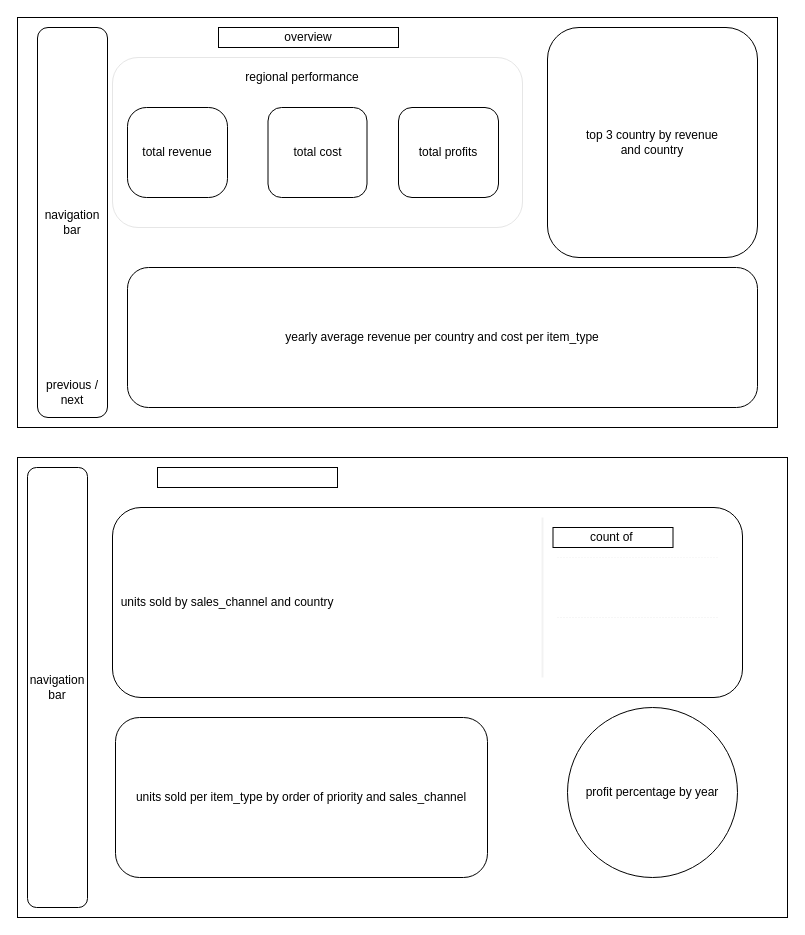
Earlier version of the draw.io diagram dashboard sketch.drawio (tmaks7/PROJECT-1). Source tidied: cells renumbered, new cells numbered last; positions are measured from the earlier drawing's top-left corner, leaving out a move shared by most shapes. Both pictures are drawn from the tidied source at 100%, with x=0, y=0 at pixel (17, 17).
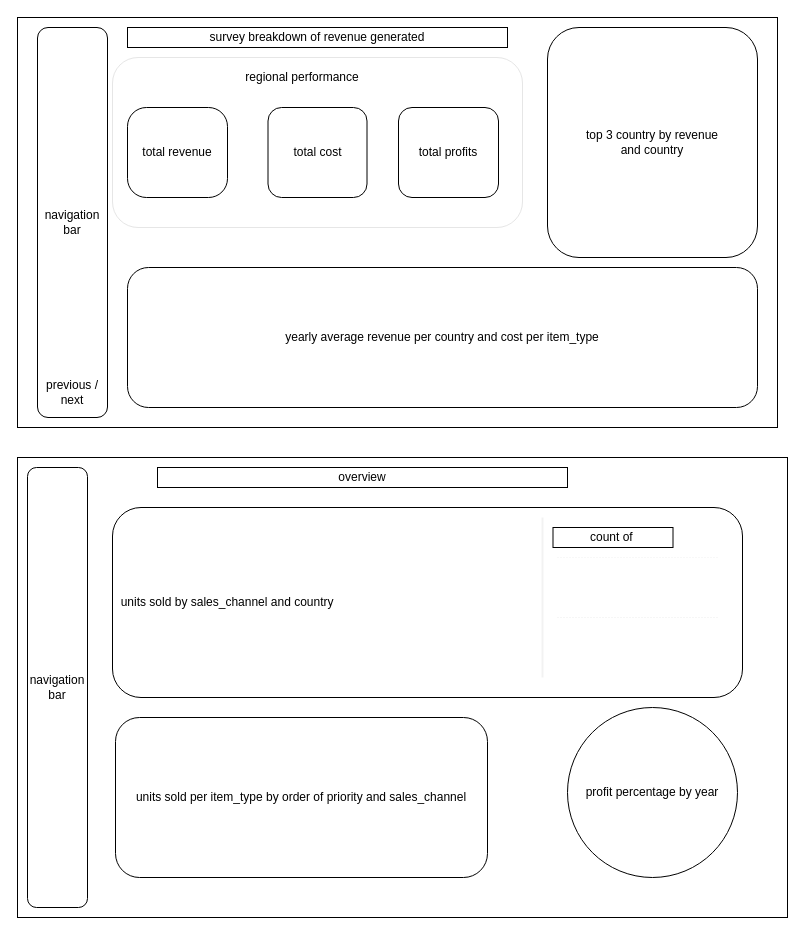
Above is the later version.

Change to the diagram source:
```diff
@@
-    <mxCell id="4" value="overview" style="whiteSpace=wrap;html=1;" parent="1" vertex="1">
-      <mxGeometry x="201" y="10" width="180" height="20" as="geometry" />
+    <mxCell id="4" value="survey breakdown of revenue generated" style="whiteSpace=wrap;html=1;" parent="1" vertex="1">
+      <mxGeometry x="110" y="10" width="380" height="20" as="geometry" />
     </mxCell>
@@
-    <mxCell id="16" style="rounded=0;whiteSpace=wrap;html=1;" parent="1" vertex="1">
-      <mxGeometry x="140" y="450" width="180" height="20" as="geometry" />
+    <mxCell id="16" value="overview" style="rounded=0;whiteSpace=wrap;html=1;" parent="1" vertex="1">
+      <mxGeometry x="140" y="450" width="410" height="20" as="geometry" />
     </mxCell>
```
